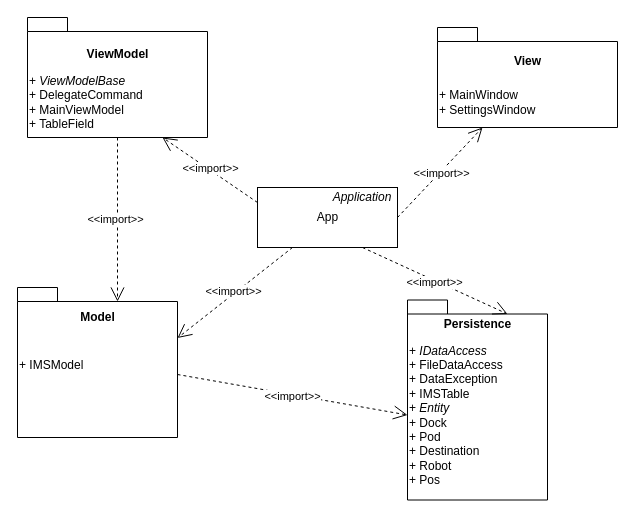
This is documents/uml/Package_diagram.drawio from Toncsimoncsi/Inventory-Management-System, a draw.io file, before an edit. Source tidied: cells renumbered, new cells numbered last; positions are measured from the earlier drawing's top-left corner, leaving out a move shared by most shapes. Both pictures are drawn from the tidied source at 100%, with x=0, y=0 at pixel (17, 17).
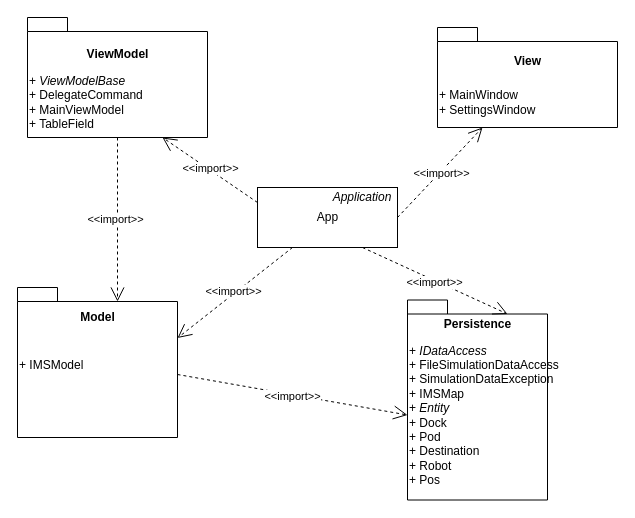
The same diagram, later.

Commit message (it also covers changes not shown here):
renamed few classes, added destination to robots  class

The edit, as a diff of the source:
```diff
@@
 <mxGraphModel>
   <root>
     <mxCell id="0" />
     <mxCell id="1" parent="0" />
     <mxCell id="2" value="View&lt;br&gt;&lt;br&gt;&lt;br&gt;&lt;br&gt;" style="shape=folder;fontStyle=1;spacingTop=10;tabWidth=40;tabHeight=14;tabPosition=left;html=1;align=center;" parent="1" vertex="1">
       <mxGeometry x="420" y="10" width="180" height="100" as="geometry" />
     </mxCell>
     <mxCell id="3" value="&lt;span style=&quot;white-space: nowrap&quot;&gt;+ MainWindow&lt;br&gt;+ SettingsWindow&lt;br&gt;&lt;/span&gt;" style="text;html=1;strokeColor=none;fillColor=none;align=left;verticalAlign=middle;whiteSpace=wrap;rounded=0;" parent="1" vertex="1">
       <mxGeometry x="420" y="60" width="180" height="50" as="geometry" />
     </mxCell>
     <mxCell id="4" value="ViewModel&lt;br&gt;&lt;br&gt;&lt;br&gt;&lt;br&gt;&lt;br&gt;" style="shape=folder;fontStyle=1;spacingTop=10;tabWidth=40;tabHeight=14;tabPosition=left;html=1;" parent="1" vertex="1">
       <mxGeometry x="10" width="180" height="120" as="geometry" />
     </mxCell>
     <mxCell id="5" value="+ &lt;i&gt;ViewModelBase&lt;/i&gt;&lt;br&gt;+ DelegateCommand&lt;br&gt;+ MainViewModel&lt;br&gt;+ TableField" style="text;html=1;strokeColor=none;fillColor=none;align=left;verticalAlign=middle;whiteSpace=wrap;rounded=0;" parent="1" vertex="1">
       <mxGeometry x="10" y="50" width="180" height="70" as="geometry" />
     </mxCell>
     <mxCell id="6" value="App" style="html=1;" parent="1" vertex="1">
       <mxGeometry x="240" y="170" width="140" height="60" as="geometry" />
     </mxCell>
     <mxCell id="7" value="&lt;i&gt;Application&lt;/i&gt;" style="text;html=1;strokeColor=none;fillColor=none;align=center;verticalAlign=middle;whiteSpace=wrap;rounded=0;" parent="1" vertex="1">
       <mxGeometry x="310" y="170" width="70" height="20" as="geometry" />
     </mxCell>
     <mxCell id="8" value="Model&lt;br&gt;&lt;br&gt;&lt;br&gt;&lt;br&gt;&lt;br&gt;&lt;br&gt;&lt;br&gt;&lt;br&gt;" style="shape=folder;fontStyle=1;spacingTop=10;tabWidth=40;tabHeight=14;tabPosition=left;html=1;" parent="1" vertex="1">
       <mxGeometry y="270" width="160" height="150" as="geometry" />
     </mxCell>
     <mxCell id="9" value="Persistence&lt;br&gt;&lt;br&gt;&lt;br&gt;&lt;br&gt;&lt;br&gt;&lt;br&gt;" style="shape=folder;fontStyle=1;spacingTop=10;tabWidth=40;tabHeight=14;tabPosition=left;html=1;verticalAlign=top;" parent="1" vertex="1">
       <mxGeometry x="390" y="282.5" width="140" height="200" as="geometry" />
     </mxCell>
     <mxCell id="10" value="+ IMSModel&lt;br&gt;" style="text;html=1;strokeColor=none;fillColor=none;align=left;verticalAlign=middle;whiteSpace=wrap;rounded=0;" parent="1" vertex="1">
       <mxGeometry y="325" width="150" height="45" as="geometry" />
     </mxCell>
-    <mxCell id="11" value="+ &lt;i&gt;IDataAccess&lt;/i&gt;&lt;br&gt;+ FileDataAccess&lt;br&gt;+ DataException&lt;br&gt;&lt;div&gt;+ IMSTable&lt;/div&gt;&lt;div&gt;+ &lt;i&gt;Entity&lt;/i&gt;&lt;br&gt;+ Dock&lt;br&gt;+ Pod&lt;/div&gt;&lt;div&gt;+ Destination&lt;br&gt;+ Robot&lt;br&gt;+ Pos&lt;/div&gt;" style="text;html=1;strokeColor=none;fillColor=none;align=left;verticalAlign=middle;whiteSpace=wrap;rounded=0;" parent="1" vertex="1">
+    <mxCell id="11" value="+ &lt;i&gt;IDataAccess&lt;/i&gt;&lt;br&gt;+ FileSimulationDataAccess&lt;br&gt;+ SimulationDataException&lt;br&gt;&lt;div&gt;+ IMSMap&lt;/div&gt;&lt;div&gt;+ &lt;i&gt;Entity&lt;/i&gt;&lt;br&gt;+ Dock&lt;br&gt;+ Pod&lt;/div&gt;&lt;div&gt;+ Destination&lt;br&gt;+ Robot&lt;br&gt;+ Pos&lt;/div&gt;" style="text;html=1;strokeColor=none;fillColor=none;align=left;verticalAlign=middle;whiteSpace=wrap;rounded=0;" parent="1" vertex="1">
       <mxGeometry x="390" y="340" width="160" height="115" as="geometry" />
     </mxCell>
     <mxCell id="12" value="&amp;lt;&amp;lt;import&amp;gt;&amp;gt;" style="endArrow=open;endSize=12;dashed=1;html=1;entryX=0;entryY=0.5;entryDx=0;entryDy=0;exitX=0;exitY=0;exitDx=160;exitDy=87;exitPerimeter=0;" parent="1" edge="1" source="8" target="11">
       <mxGeometry y="-2" relative="1" as="geometry" />
     </mxCell>
     <mxCell id="13" value="&amp;lt;&amp;lt;import&amp;gt;&amp;gt;" style="endArrow=open;endSize=12;dashed=1;html=1;exitX=0.5;exitY=1;exitDx=0;exitDy=0;exitPerimeter=0;entryX=0;entryY=0;entryDx=100;entryDy=14;entryPerimeter=0;" parent="1" edge="1" source="4" target="8">
       <mxGeometry y="-2" relative="1" as="geometry" />
     </mxCell>
     <mxCell id="14" value="&amp;lt;&amp;lt;import&amp;gt;&amp;gt;" style="endArrow=open;endSize=12;dashed=1;html=1;exitX=0;exitY=0.25;exitDx=0;exitDy=0;entryX=0.75;entryY=1;entryDx=0;entryDy=0;" parent="1" edge="1" source="6" target="5">
       <mxGeometry y="-2" relative="1" as="geometry" />
     </mxCell>
     <mxCell id="15" value="&amp;lt;&amp;lt;import&amp;gt;&amp;gt;" style="endArrow=open;endSize=12;dashed=1;html=1;entryX=0.25;entryY=1;entryDx=0;entryDy=0;exitX=1;exitY=0.5;exitDx=0;exitDy=0;entryPerimeter=0;" parent="1" edge="1" source="6" target="2">
       <mxGeometry y="-2" relative="1" as="geometry" />
     </mxCell>
     <mxCell id="16" value="&amp;lt;&amp;lt;import&amp;gt;&amp;gt;" style="endArrow=open;endSize=12;dashed=1;html=1;exitX=0.25;exitY=1;exitDx=0;exitDy=0;entryX=0;entryY=0;entryDx=160;entryDy=50.5;entryPerimeter=0;" parent="1" edge="1" source="6" target="8">
       <mxGeometry y="-2" relative="1" as="geometry" />
     </mxCell>
     <mxCell id="17" value="&amp;lt;&amp;lt;import&amp;gt;&amp;gt;" style="endArrow=open;endSize=12;dashed=1;html=1;exitX=0.75;exitY=1;exitDx=0;exitDy=0;entryX=0;entryY=0;entryDx=100;entryDy=14;entryPerimeter=0;" parent="1" edge="1" source="6" target="9">
       <mxGeometry y="-2" relative="1" as="geometry" />
     </mxCell>
   </root>
 </mxGraphModel>
```
